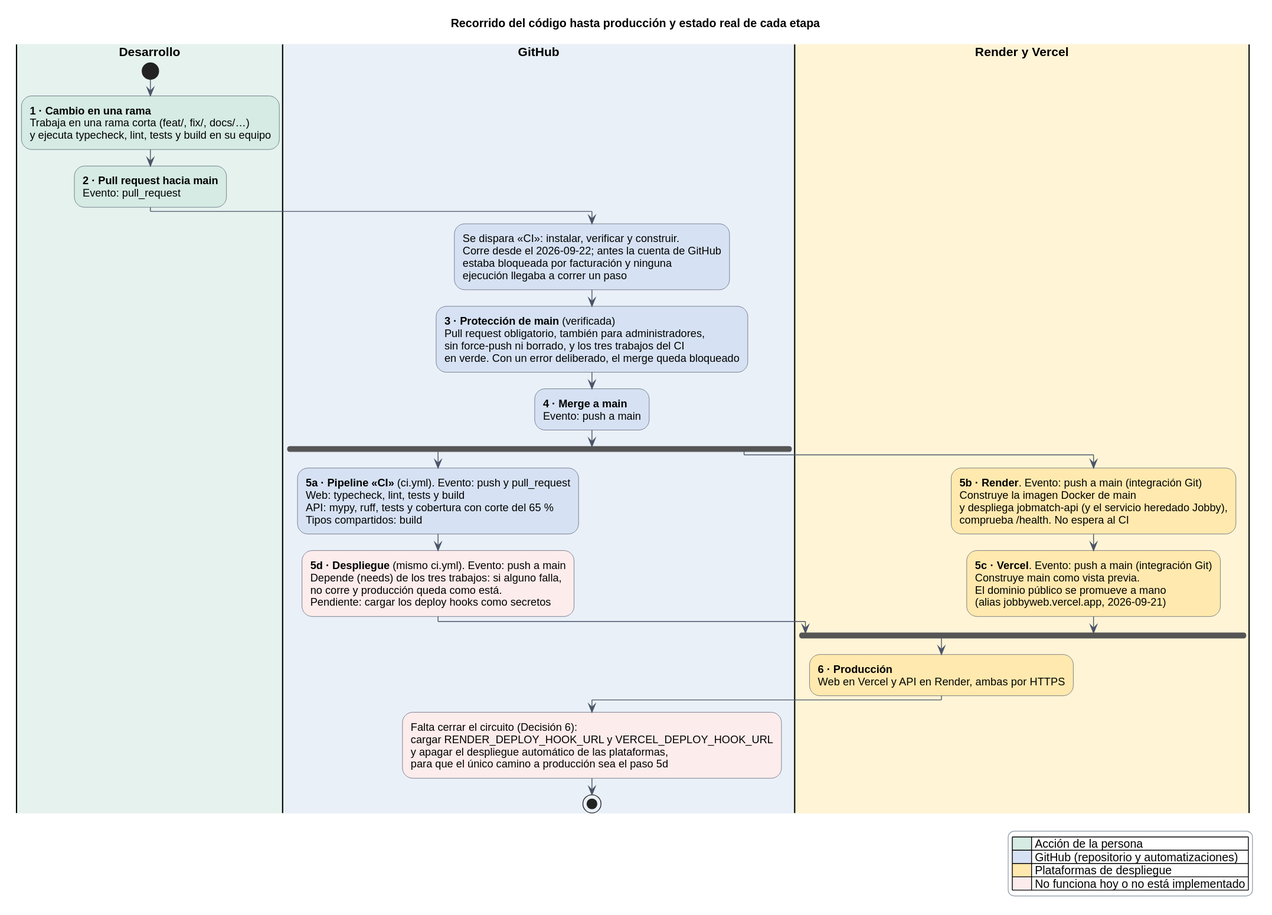
This is docs/diagramas/recorrido-del-codigo.svg from Buatishi/Jobby, a PlantUML export, as it was before one commit.
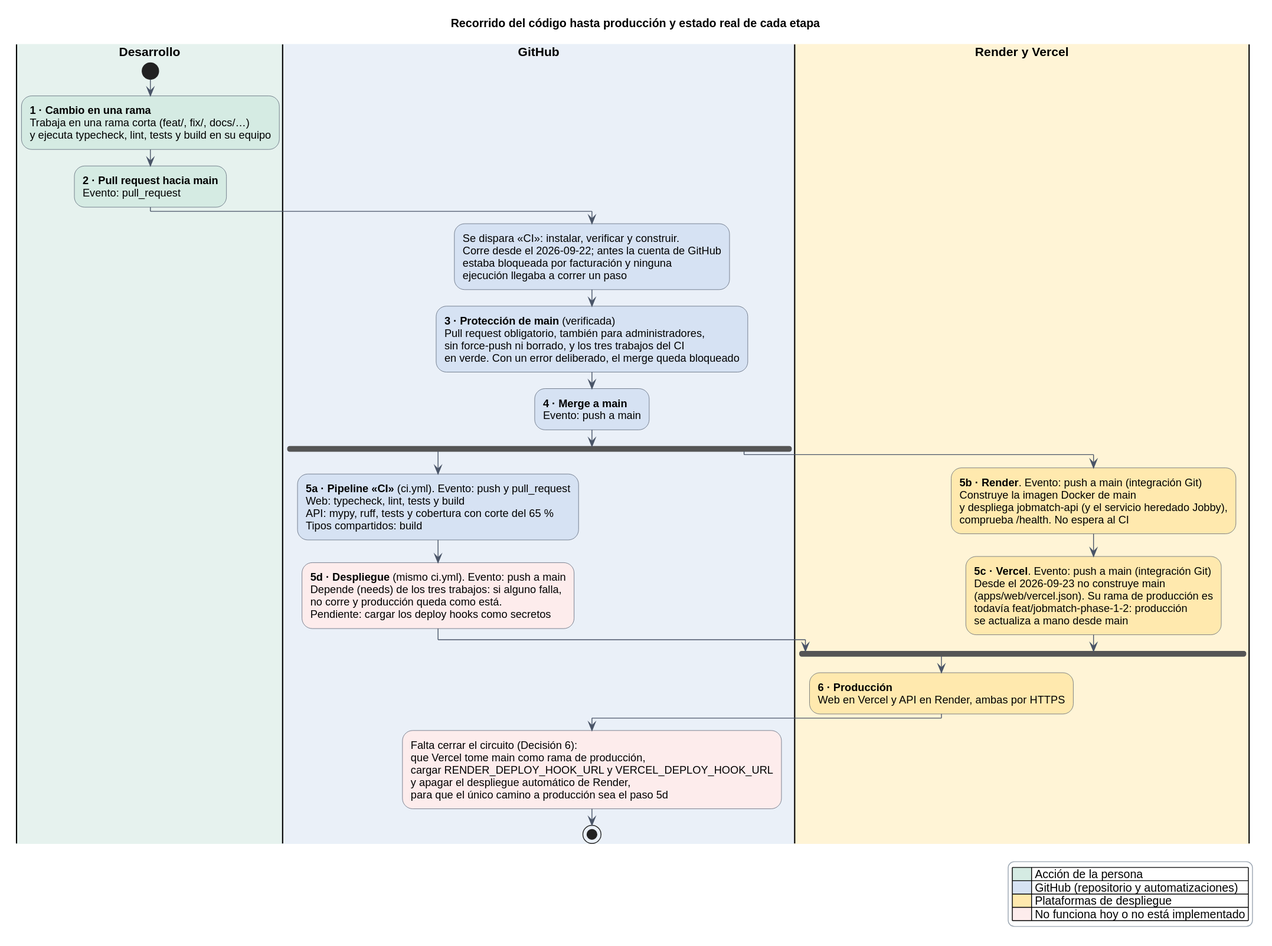
Later version of the same file.

Commit message:
Stop Vercel from building main and document how deploys really work

The edit, as a diff of the source:
```diff
@@ -51,16 +51,18 @@
   y despliega jobmatch-api (y el servicio heredado Jobby),
   comprueba /health. No espera al CI; <<#FFE9AE>>
   :**5c · Vercel**. Evento: push a main (integración Git)
-  Construye main como vista previa.
-  El dominio público se promueve a mano
-  (alias jobbyweb.vercel.app, 2026-09-21); <<#FFE9AE>>
+  Desde el 2026-09-23 no construye main
+  (apps/web/vercel.json). Su rama de producción es
+  todavía feat/jobmatch-phase-1-2: producción
+  se actualiza a mano desde main; <<#FFE9AE>>
 end fork
 :**6 · Producción**
 Web en Vercel y API en Render, ambas por HTTPS; <<#FFE9AE>>
 |GitHub|
 :Falta cerrar el circuito (Decisión 6):
+que Vercel tome main como rama de producción,
 cargar RENDER_DEPLOY_HOOK_URL y VERCEL_DEPLOY_HOOK_URL
-y apagar el despliegue automático de las plataformas,
+y apagar el despliegue automático de Render,
 para que el único camino a producción sea el paso 5d; <<#FDECEC>>
 stop
 
```
